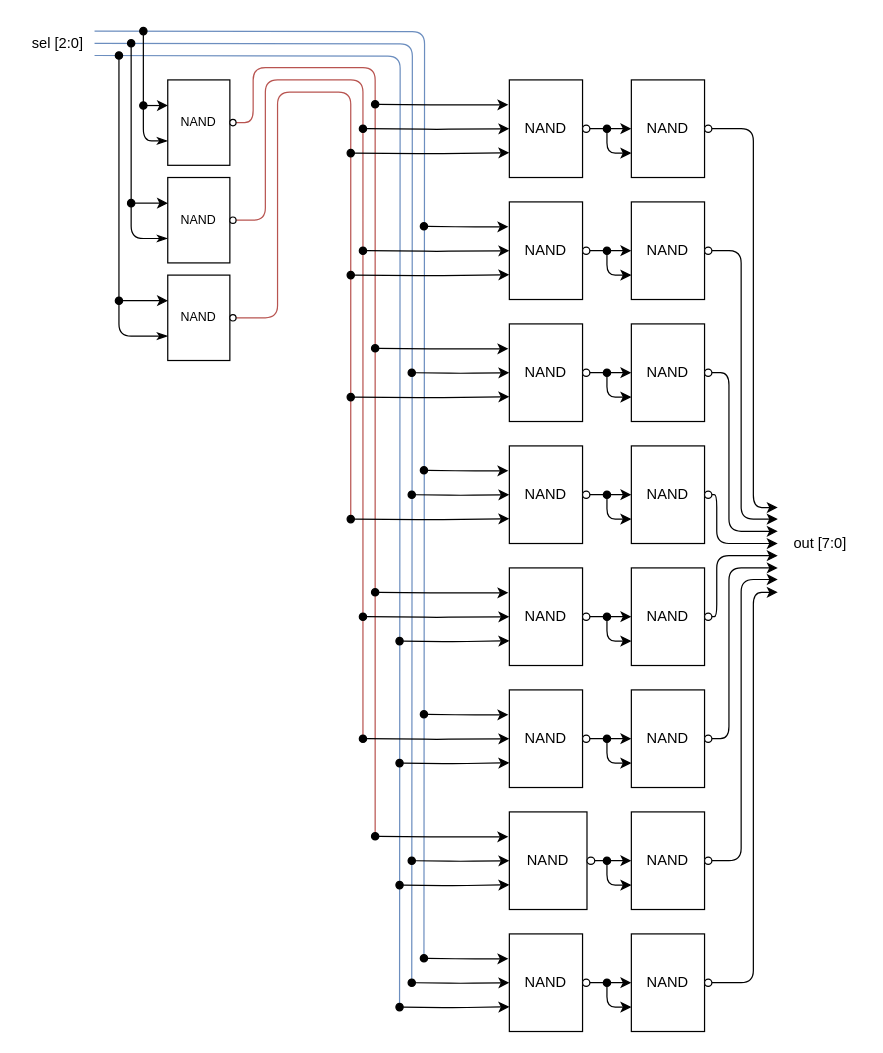
tangerine1202/EECS207001-Logic-Design-Lab keeps this draw.io diagram as lab2/basic/NAND_implemnet/decoder_3x8_nand.drawio. Above is the earlier version. Source tidied: cells renumbered, new cells numbered last; positions are measured from the earlier drawing's top-left corner, leaving out a move shared by most shapes. Both pictures are drawn from the tidied source at 122%, with x=0, y=0 at pixel (21, 30).
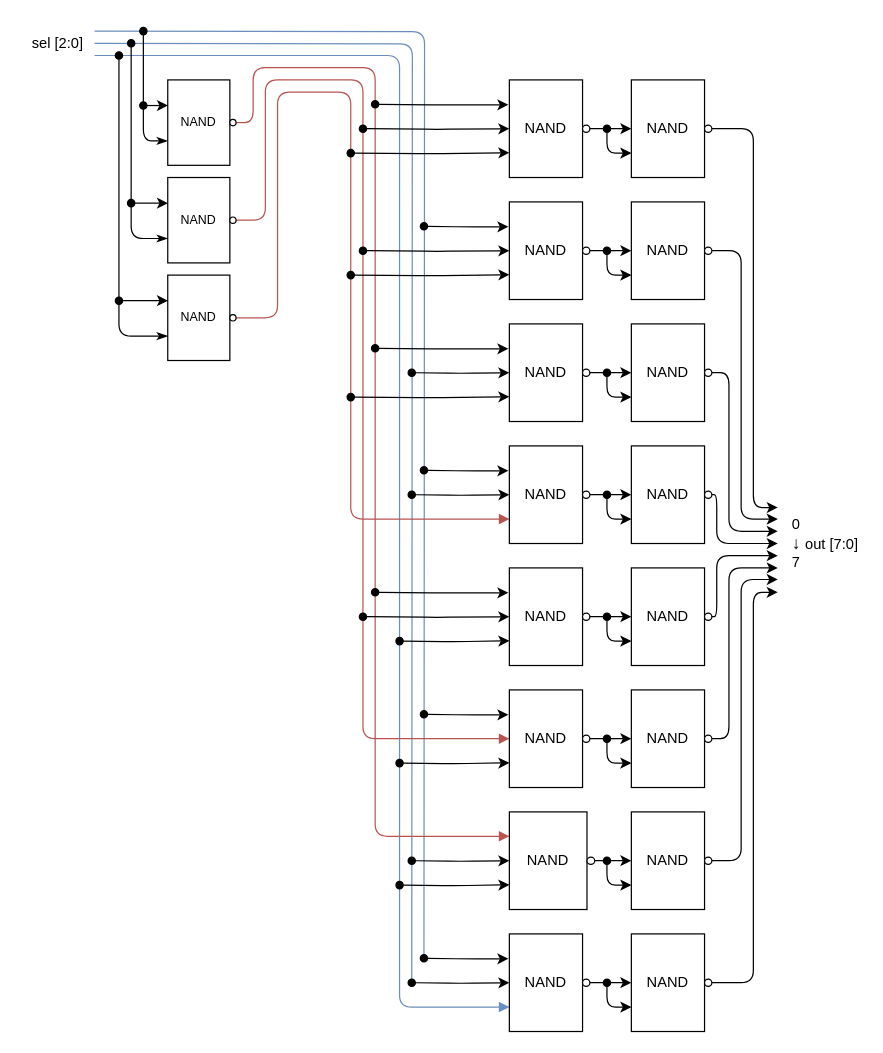
The same page after the edit.

Commit message (it also covers changes not shown here):
fix(lab2): fix decoder_3x8 diagram

Unchanged cells that the change refers to:
```xml
<mxCell id="21" style="verticalLabelPosition=bottom;shadow=0;dashed=0;align=center;html=1;verticalAlign=top;shape=mxgraph.electrical.iec_logic_gates.nand;" parent="1" vertex="1">
  <mxGeometry x="400" y="340" width="66" height="80" as="geometry" />
</mxCell>
<mxCell id="29" style="verticalLabelPosition=bottom;shadow=0;dashed=0;align=center;html=1;verticalAlign=top;shape=mxgraph.electrical.iec_logic_gates.nand;" parent="1" vertex="1">
  <mxGeometry x="400" y="540" width="66" height="80" as="geometry" />
</mxCell>
<mxCell id="33" style="verticalLabelPosition=bottom;shadow=0;dashed=0;align=center;html=1;verticalAlign=top;shape=mxgraph.electrical.iec_logic_gates.nand;" parent="1" vertex="1">
  <mxGeometry x="400" y="640" width="70" height="80" as="geometry" />
</mxCell>
<mxCell id="37" style="verticalLabelPosition=bottom;shadow=0;dashed=0;align=center;html=1;verticalAlign=top;shape=mxgraph.electrical.iec_logic_gates.nand;" parent="1" vertex="1">
  <mxGeometry x="400" y="740" width="66" height="80" as="geometry" />
</mxCell>
<mxCell id="42" style="verticalLabelPosition=bottom;shadow=0;dashed=0;align=center;html=1;verticalAlign=top;shape=mxgraph.electrical.iec_logic_gates.nand;" parent="1" vertex="1">
  <mxGeometry x="120" y="40" width="56" height="70" as="geometry" />
</mxCell>
<mxCell id="46" style="verticalLabelPosition=bottom;shadow=0;dashed=0;align=center;html=1;verticalAlign=top;shape=mxgraph.electrical.iec_logic_gates.nand;" parent="1" vertex="1">
  <mxGeometry x="120" y="120" width="56" height="70" as="geometry" />
</mxCell>
<mxCell id="49" style="verticalLabelPosition=bottom;shadow=0;dashed=0;align=center;html=1;verticalAlign=top;shape=mxgraph.electrical.iec_logic_gates.nand;" parent="1" vertex="1">
  <mxGeometry x="120" y="200" width="56" height="70" as="geometry" />
</mxCell>
```

Diff of the diagram source:
```diff
@@
-    <mxCell id="4" style="endArrow=none;html=1;edgeStyle=orthogonalEdgeStyle;rounded=1;endFill=0;fillColor=#dae8fc;strokeColor=#6c8ebf;" parent="1" edge="1">
+    <mxCell id="4" style="endArrow=block;html=1;edgeStyle=orthogonalEdgeStyle;rounded=1;endFill=1;fillColor=#dae8fc;strokeColor=#6c8ebf;entryX=0;entryY=0.75;entryDx=0;entryDy=0;entryPerimeter=0;" parent="1" edge="1" target="37">
       <mxGeometry relative="1" as="geometry">
         <mxPoint x="60" y="20" as="sourcePoint" />
-        <mxPoint x="310" y="800" as="targetPoint" />
+        <Array as="points">
+          <mxPoint x="310" y="20" />
+          <mxPoint x="310" y="800" />
+        </Array>
       </mxGeometry>
     </mxCell>
-    <mxCell id="5" style="edgeStyle=orthogonalEdgeStyle;rounded=1;jettySize=auto;html=1;endArrow=none;endFill=0;strokeColor=#b85450;fillColor=#f8cecc;" parent="1" edge="1" source="42">
+    <mxCell id="5" style="edgeStyle=orthogonalEdgeStyle;rounded=1;jettySize=auto;html=1;endArrow=block;endFill=1;strokeColor=#b85450;fillColor=#f8cecc;entryX=0;entryY=0.25;entryDx=0;entryDy=0;entryPerimeter=0;" parent="1" edge="1" source="42" target="33">
       <mxGeometry relative="1" as="geometry">
-        <mxPoint x="290" y="660" as="targetPoint" />
         <Array as="points">
           <mxPoint x="190" y="75" />
           <mxPoint x="190" y="30" />
           <mxPoint x="290" y="30" />
+          <mxPoint x="290" y="660" />
         </Array>
       </mxGeometry>
     </mxCell>
-    <mxCell id="6" style="edgeStyle=orthogonalEdgeStyle;rounded=1;jettySize=auto;html=1;endArrow=none;endFill=0;strokeColor=#b85450;fillColor=#f8cecc;exitX=1;exitY=0.5;exitDx=0;exitDy=0;exitPerimeter=0;" parent="1" edge="1" source="46">
+    <mxCell id="6" style="edgeStyle=orthogonalEdgeStyle;rounded=1;jettySize=auto;html=1;endArrow=block;endFill=1;strokeColor=#b85450;fillColor=#f8cecc;exitX=1;exitY=0.5;exitDx=0;exitDy=0;exitPerimeter=0;entryX=0;entryY=0.5;entryDx=0;entryDy=0;entryPerimeter=0;" parent="1" edge="1" source="46" target="29">
       <mxGeometry relative="1" as="geometry">
-        <mxPoint x="280" y="580" as="targetPoint" />
         <Array as="points">
           <mxPoint x="200" y="155" />
           <mxPoint x="200" y="40" />
           <mxPoint x="280" y="40" />
+          <mxPoint x="280" y="580" />
         </Array>
       </mxGeometry>
     </mxCell>
-    <mxCell id="7" style="edgeStyle=orthogonalEdgeStyle;rounded=1;jettySize=auto;html=1;endArrow=none;endFill=0;strokeColor=#b85450;fillColor=#f8cecc;exitX=1;exitY=0.5;exitDx=0;exitDy=0;exitPerimeter=0;" parent="1" edge="1" source="49">
+    <mxCell id="7" style="edgeStyle=orthogonalEdgeStyle;rounded=1;jettySize=auto;html=1;endArrow=block;endFill=1;strokeColor=#b85450;fillColor=#f8cecc;exitX=1;exitY=0.5;exitDx=0;exitDy=0;exitPerimeter=0;entryX=0;entryY=0.75;entryDx=0;entryDy=0;entryPerimeter=0;" parent="1" edge="1" source="49" target="21">
       <mxGeometry relative="1" as="geometry">
-        <mxPoint x="270" y="400" as="targetPoint" />
         <Array as="points">
           <mxPoint x="210" y="235" />
           <mxPoint x="210" y="50" />
           <mxPoint x="270" y="50" />
+          <mxPoint x="270" y="400" />
         </Array>
       </mxGeometry>
     </mxCell>
@@
-    <mxCell id="23" style="endArrow=classic;html=1;edgeStyle=orthogonalEdgeStyle;entryX=0;entryY=0.747;entryDx=0;entryDy=0;entryPerimeter=0;startArrow=oval;startFill=1;" parent="1" edge="1" target="21">
-      <mxGeometry relative="1" as="geometry">
-        <mxPoint x="270" y="400" as="sourcePoint" />
-      </mxGeometry>
-    </mxCell>
@@
-    <mxCell id="30" style="endArrow=classic;html=1;edgeStyle=orthogonalEdgeStyle;entryX=0;entryY=0.5;entryDx=0;entryDy=0;entryPerimeter=0;startArrow=oval;startFill=1;" parent="1" edge="1" target="29">
-      <mxGeometry relative="1" as="geometry">
-        <mxPoint x="280" y="580" as="sourcePoint" />
-      </mxGeometry>
-    </mxCell>
@@
-    <mxCell id="36" style="endArrow=classic;html=1;entryX=-0.012;entryY=0.255;entryDx=0;entryDy=0;entryPerimeter=0;edgeStyle=orthogonalEdgeStyle;startArrow=oval;startFill=1;" parent="1" edge="1" target="33">
-      <mxGeometry relative="1" as="geometry">
-        <mxPoint x="290" y="660" as="sourcePoint" />
-      </mxGeometry>
-    </mxCell>
@@
-    <mxCell id="39" style="endArrow=classic;html=1;edgeStyle=orthogonalEdgeStyle;entryX=0;entryY=0.747;entryDx=0;entryDy=0;entryPerimeter=0;startArrow=oval;startFill=1;" parent="1" edge="1" target="37">
-      <mxGeometry relative="1" as="geometry">
-        <mxPoint x="310" y="800" as="sourcePoint" />
-      </mxGeometry>
-    </mxCell>
@@
-    <mxCell id="82" value="out [7:0]" style="text;html=1;strokeColor=none;fillColor=none;align=center;verticalAlign=middle;whiteSpace=wrap;rounded=0;" parent="1" vertex="1">
-      <mxGeometry x="630" y="410" width="50" height="20" as="geometry" />
+    <mxCell id="82" value="0&lt;br&gt;&lt;span style=&quot;font-family: &amp;#34;arial&amp;#34; , sans-serif ; font-size: 14.000000953674316px&quot;&gt;↓&amp;nbsp;&lt;/span&gt;out [7:0]&lt;br&gt;7" style="text;html=1;strokeColor=none;fillColor=none;align=left;verticalAlign=middle;whiteSpace=wrap;rounded=0;" parent="1" vertex="1">
+      <mxGeometry x="630" y="410" width="60" height="20" as="geometry" />
     </mxCell>
```
